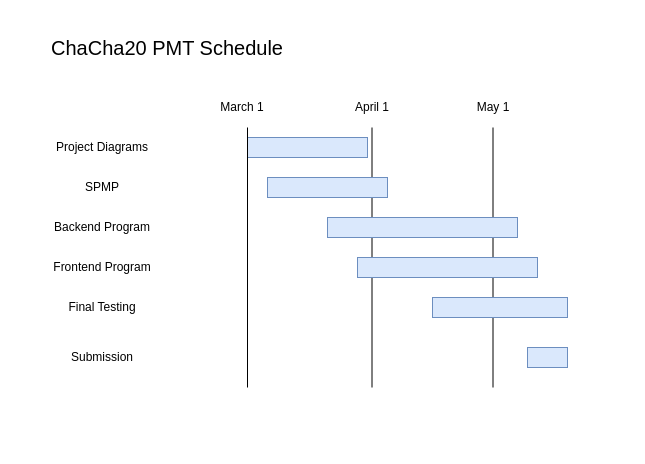
The draw.io diagram Diagrams/src/Schedule.drawio in Nachtwind1100011/SE-Individual-Project, before the edit. Source tidied: cells renumbered, new cells numbered last; positions are measured from the earlier drawing's top-left corner, leaving out a move shared by most shapes. Both pictures are drawn from the tidied source at 100%, with x=0, y=0 at pixel (17, 17).
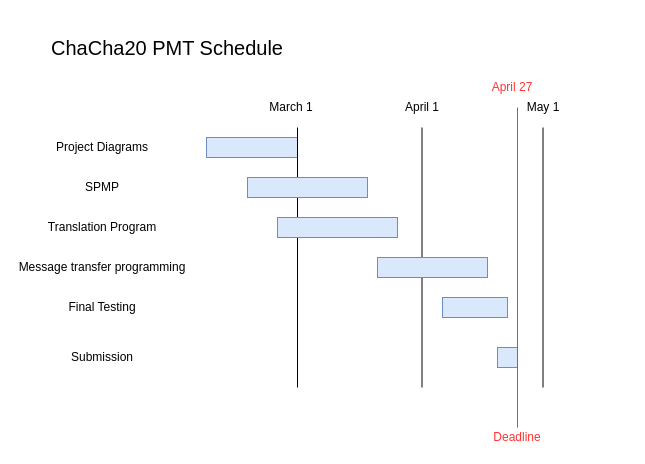
Above is the later version.

Change to the diagram source:
```diff
@@
     <mxCell id="2" style="rounded=0;whiteSpace=wrap;html=1;fillColor=#dae8fc;strokeColor=#6c8ebf;" parent="1" vertex="1">
-      <mxGeometry x="230" y="120" width="120" height="20" as="geometry" />
+      <mxGeometry x="189" y="120" width="91" height="20" as="geometry" />
     </mxCell>
@@
-    <mxCell id="6" value="Backend Program" style="text;html=1;strokeColor=none;fillColor=none;align=center;verticalAlign=middle;whiteSpace=wrap;rounded=0;" parent="1" vertex="1">
+    <mxCell id="6" value="Translation Program" style="text;html=1;strokeColor=none;fillColor=none;align=center;verticalAlign=middle;whiteSpace=wrap;rounded=0;" parent="1" vertex="1">
       <mxGeometry y="200" width="170" height="20" as="geometry" />
     </mxCell>
-    <mxCell id="7" value="Frontend Program" style="text;html=1;strokeColor=none;fillColor=none;align=center;verticalAlign=middle;whiteSpace=wrap;rounded=0;" parent="1" vertex="1">
+    <mxCell id="7" value="Message transfer programming" style="text;html=1;strokeColor=none;fillColor=none;align=center;verticalAlign=middle;whiteSpace=wrap;rounded=0;" parent="1" vertex="1">
       <mxGeometry y="240" width="170" height="20" as="geometry" />
     </mxCell>
@@
     <mxCell id="10" style="endArrow=none;html=1;" parent="1" edge="1">
       <mxGeometry relative="1" as="geometry">
-        <mxPoint x="230" y="370" as="sourcePoint" />
-        <mxPoint x="230" y="110" as="targetPoint" />
+        <mxPoint x="280" y="370" as="sourcePoint" />
+        <mxPoint x="280" y="110" as="targetPoint" />
       </mxGeometry>
     </mxCell>
     <mxCell id="11" value="April 1" style="text;html=1;strokeColor=none;fillColor=none;align=center;verticalAlign=middle;whiteSpace=wrap;rounded=0;" parent="1" vertex="1">
-      <mxGeometry x="270" y="80" width="170" height="20" as="geometry" />
+      <mxGeometry x="320" y="80" width="170" height="20" as="geometry" />
     </mxCell>
     <mxCell id="12" value="May 1" style="text;html=1;strokeColor=none;fillColor=none;align=center;verticalAlign=middle;whiteSpace=wrap;rounded=0;" parent="1" vertex="1">
-      <mxGeometry x="391" y="80" width="170" height="20" as="geometry" />
+      <mxGeometry x="441" y="80" width="170" height="20" as="geometry" />
     </mxCell>
     <mxCell id="13" value="March 1" style="text;html=1;strokeColor=none;fillColor=none;align=center;verticalAlign=middle;whiteSpace=wrap;rounded=0;" parent="1" vertex="1">
-      <mxGeometry x="140" y="80" width="170" height="20" as="geometry" />
+      <mxGeometry x="189" y="80" width="170" height="20" as="geometry" />
     </mxCell>
     <mxCell id="14" style="endArrow=none;html=1;" parent="1" edge="1">
       <mxGeometry relative="1" as="geometry">
-        <mxPoint x="354.5" y="370" as="sourcePoint" />
-        <mxPoint x="354.5" y="110" as="targetPoint" />
+        <mxPoint x="404.5" y="370" as="sourcePoint" />
+        <mxPoint x="404.5" y="110" as="targetPoint" />
       </mxGeometry>
     </mxCell>
     <mxCell id="15" style="endArrow=none;html=1;" parent="1" edge="1">
       <mxGeometry relative="1" as="geometry">
-        <mxPoint x="475.5" y="370" as="sourcePoint" />
-        <mxPoint x="475.5" y="110" as="targetPoint" />
+        <mxPoint x="525.5" y="370" as="sourcePoint" />
+        <mxPoint x="525.5" y="110" as="targetPoint" />
       </mxGeometry>
     </mxCell>
     <mxCell id="16" style="rounded=0;whiteSpace=wrap;html=1;fillColor=#dae8fc;strokeColor=#6c8ebf;" parent="1" vertex="1">
-      <mxGeometry x="250" y="160" width="120" height="20" as="geometry" />
+      <mxGeometry x="230" y="160" width="120" height="20" as="geometry" />
     </mxCell>
     <mxCell id="17" style="rounded=0;whiteSpace=wrap;html=1;fillColor=#dae8fc;strokeColor=#6c8ebf;" parent="1" vertex="1">
-      <mxGeometry x="310" y="200" width="190" height="20" as="geometry" />
+      <mxGeometry x="260" y="200" width="120" height="20" as="geometry" />
     </mxCell>
     <mxCell id="18" style="rounded=0;whiteSpace=wrap;html=1;fillColor=#dae8fc;strokeColor=#6c8ebf;" parent="1" vertex="1">
-      <mxGeometry x="340" y="240" width="180" height="20" as="geometry" />
+      <mxGeometry x="360" y="240" width="110" height="20" as="geometry" />
     </mxCell>
     <mxCell id="19" style="rounded=0;whiteSpace=wrap;html=1;fillColor=#dae8fc;strokeColor=#6c8ebf;" parent="1" vertex="1">
-      <mxGeometry x="415" y="280" width="135" height="20" as="geometry" />
+      <mxGeometry x="425" y="280" width="65" height="20" as="geometry" />
     </mxCell>
     <mxCell id="20" style="rounded=0;whiteSpace=wrap;html=1;fillColor=#dae8fc;strokeColor=#6c8ebf;" parent="1" vertex="1">
-      <mxGeometry x="510" y="330" width="40" height="20" as="geometry" />
+      <mxGeometry x="480" y="330" width="20" height="20" as="geometry" />
     </mxCell>
+    <mxCell id="21" style="endArrow=none;html=1;fillColor=#f8cecc;strokeColor=#b85450;" parent="1" edge="1">
+      <mxGeometry relative="1" as="geometry">
+        <mxPoint x="500" y="410" as="sourcePoint" />
+        <mxPoint x="500" y="90" as="targetPoint" />
+      </mxGeometry>
+    </mxCell>
+    <mxCell id="22" value="April 27" style="text;html=1;strokeColor=none;fillColor=none;align=center;verticalAlign=middle;whiteSpace=wrap;rounded=0;fontColor=#FF3333;" parent="1" vertex="1">
+      <mxGeometry x="410" y="60" width="170" height="20" as="geometry" />
+    </mxCell>
+    <mxCell id="23" value="Deadline" style="text;html=1;strokeColor=none;fillColor=none;align=center;verticalAlign=middle;whiteSpace=wrap;rounded=0;fontColor=#FF3333;" parent="1" vertex="1">
+      <mxGeometry x="415" y="410" width="170" height="20" as="geometry" />
+    </mxCell>
```
